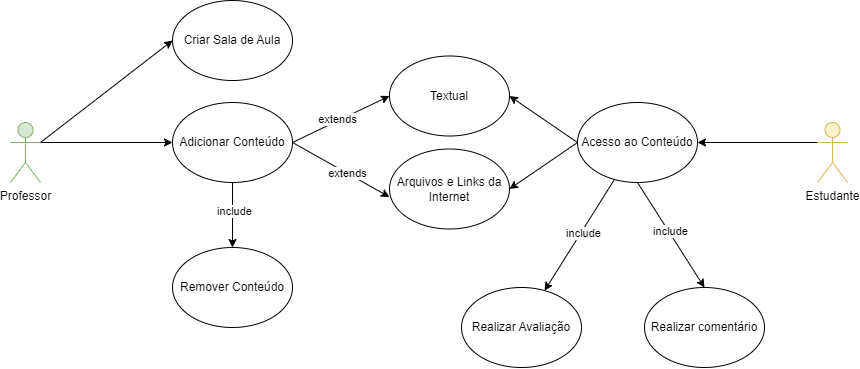
This is diagramas/casos-de-uso/user-case.drawio.png from Alicia-Miranda/MasterClass, a draw.io export, as it was before one commit. Source tidied: cells renumbered, new cells last; positions are measured from the earlier drawing's top-left corner, leaving out a move shared by most shapes.
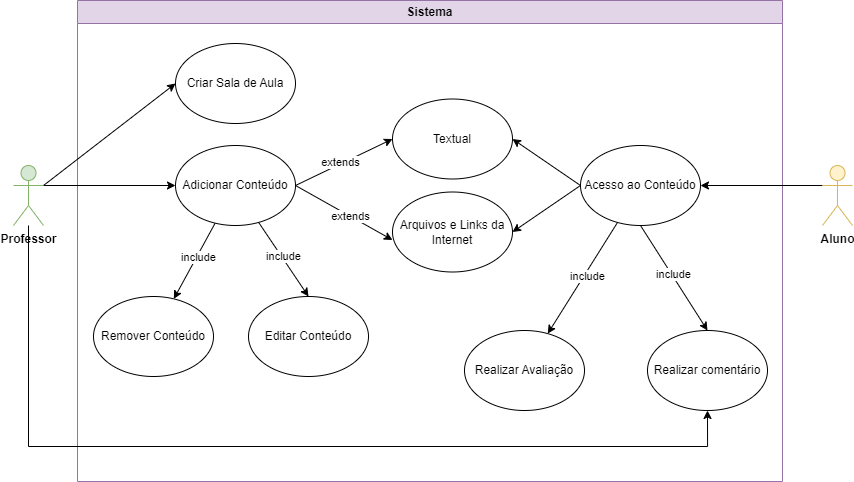
The same file after the commit.

Commit message:
atualização de diagramas

Diff of the diagram source:
```diff
@@ -2,13 +2,30 @@
   <root>
     <mxCell id="0" />
     <mxCell id="1" parent="0" />
+    <mxCell id="27" value="Sistema" style="swimlane;whiteSpace=wrap;html=1;fillColor=#e1d5e7;strokeColor=#9673a6;" parent="1" vertex="1">
+      <mxGeometry x="64" y="-43" width="705" height="481" as="geometry" />
+    </mxCell>
+    <mxCell id="11" value="Remover Conteúdo" style="ellipse;whiteSpace=wrap;html=1;" parent="27" vertex="1">
+      <mxGeometry x="16" y="296" width="120" height="80" as="geometry" />
+    </mxCell>
+    <mxCell id="28" value="Editar Conteúdo" style="ellipse;whiteSpace=wrap;html=1;" parent="27" vertex="1">
+      <mxGeometry x="171" y="296" width="120" height="80" as="geometry" />
+    </mxCell>
-    <mxCell id="2" style="rounded=0;jettySize=auto;html=1;exitX=1;exitY=0.3333333333333333;exitDx=0;exitDy=0;exitPerimeter=0;entryX=0;entryY=0.5;entryDx=0;entryDy=0;" parent="1" edge="1" source="4" target="5">
+    <mxCell id="2" style="rounded=0;jettySize=auto;html=1;entryX=0;entryY=0.5;entryDx=0;entryDy=0;exitX=1;exitY=0.3333333333333333;exitDx=0;exitDy=0;exitPerimeter=0;" parent="1" edge="1" source="4" target="5">
       <mxGeometry relative="1" as="geometry" />
     </mxCell>
     <mxCell id="3" style="rounded=0;jettySize=auto;html=1;entryX=0;entryY=0.5;entryDx=0;entryDy=0;exitX=1;exitY=0.3333333333333333;exitDx=0;exitDy=0;exitPerimeter=0;" parent="1" edge="1" source="4" target="10">
       <mxGeometry relative="1" as="geometry" />
     </mxCell>
+    <mxCell id="29" style="edgeStyle=orthogonalEdgeStyle;rounded=0;jettySize=auto;html=1;entryX=0.5;entryY=1;entryDx=0;entryDy=0;" parent="1" edge="1" source="4" target="25">
+      <mxGeometry relative="1" as="geometry">
+        <Array as="points">
+          <mxPoint x="15" y="403" />
+          <mxPoint x="694" y="403" />
+        </Array>
+      </mxGeometry>
+    </mxCell>
-    <mxCell id="4" value="Professor" style="shape=umlActor;verticalLabelPosition=bottom;verticalAlign=top;html=1;fillColor=#d5e8d4;strokeColor=#82b366;" parent="1" vertex="1">
+    <mxCell id="4" value="&lt;b&gt;Professor&lt;/b&gt;" style="shape=umlActor;verticalLabelPosition=bottom;verticalAlign=top;html=1;fillColor=#d5e8d4;strokeColor=#82b366;" parent="1" vertex="1">
       <mxGeometry y="122" width="30" height="60" as="geometry" />
     </mxCell>
     <mxCell id="5" value="Criar Sala de Aula" style="ellipse;whiteSpace=wrap;html=1;" parent="1" vertex="1">
@@ -17,21 +34,24 @@
     <mxCell id="6" style="rounded=0;jettySize=auto;html=1;exitX=1;exitY=0.5;exitDx=0;exitDy=0;entryX=0;entryY=0.5;entryDx=0;entryDy=0;" parent="1" edge="1" source="10" target="12">
       <mxGeometry relative="1" as="geometry" />
     </mxCell>
-    <mxCell id="7" value="extends" style="edgeLabel;html=1;align=center;verticalAlign=middle;" parent="6" vertex="1">
-      <mxGeometry x="-0.07" y="2" relative="1" as="geometry" />
-    </mxCell>
+    <mxCell id="30" value="extends" style="edgeLabel;html=1;align=center;verticalAlign=middle;" parent="6" vertex="1">
+      <mxGeometry x="-0.07" y="2" relative="1" as="geometry" />
+    </mxCell>
-    <mxCell id="8" style="edgeStyle=orthogonalEdgeStyle;rounded=0;jettySize=auto;html=1;" parent="1" edge="1" source="10" target="11">
+    <mxCell id="8" style="rounded=0;jettySize=auto;html=1;" parent="1" edge="1" source="10" target="11">
       <mxGeometry relative="1" as="geometry" />
     </mxCell>
-    <mxCell id="9" value="include" style="edgeLabel;html=1;align=center;verticalAlign=middle;" parent="8" vertex="1">
-      <mxGeometry x="-0.12" y="1" relative="1" as="geometry" />
-    </mxCell>
+    <mxCell id="31" value="include" style="edgeLabel;html=1;align=center;verticalAlign=middle;" parent="8" vertex="1">
+      <mxGeometry x="-0.12" y="1" relative="1" as="geometry" />
+    </mxCell>
+    <mxCell id="32" style="rounded=0;jettySize=auto;html=1;exitX=0.686;exitY=0.946;exitDx=0;exitDy=0;entryX=0.5;entryY=0;entryDx=0;entryDy=0;exitPerimeter=0;" parent="1" edge="1" source="10" target="28">
+      <mxGeometry relative="1" as="geometry" />
+    </mxCell>
+    <mxCell id="33" value="include" style="edgeLabel;html=1;align=center;verticalAlign=middle;" parent="32" vertex="1">
+      <mxGeometry x="-0.06" y="2" relative="1" as="geometry" />
+    </mxCell>
     <mxCell id="10" value="Adicionar Conteúdo" style="ellipse;whiteSpace=wrap;html=1;" parent="1" vertex="1">
       <mxGeometry x="162" y="102" width="120" height="80" as="geometry" />
     </mxCell>
-    <mxCell id="11" value="Remover Conteúdo" style="ellipse;whiteSpace=wrap;html=1;" parent="1" vertex="1">
-      <mxGeometry x="162" y="247" width="120" height="80" as="geometry" />
-    </mxCell>
     <mxCell id="12" value="Textual" style="ellipse;whiteSpace=wrap;html=1;" parent="1" vertex="1">
       <mxGeometry x="379" y="55.5" width="120" height="80" as="geometry" />
     </mxCell>
@@ -41,21 +61,21 @@
     <mxCell id="14" style="rounded=0;jettySize=auto;html=1;exitX=1;exitY=0.5;exitDx=0;exitDy=0;entryX=0;entryY=0.6;entryDx=0;entryDy=0;entryPerimeter=0;" parent="1" edge="1" source="10" target="13">
       <mxGeometry relative="1" as="geometry" />
     </mxCell>
-    <mxCell id="15" value="extends" style="edgeLabel;html=1;align=center;verticalAlign=middle;" parent="14" vertex="1">
-      <mxGeometry x="0.13" relative="1" as="geometry" />
-    </mxCell>
-    <mxCell id="16" style="edgeStyle=orthogonalEdgeStyle;rounded=0;jettySize=auto;html=1;exitX=0;exitY=0.3333333333333333;exitDx=0;exitDy=0;exitPerimeter=0;entryX=1;entryY=0.5;entryDx=0;entryDy=0;" parent="1" edge="1" source="17" target="24">
-      <mxGeometry relative="1" as="geometry" />
-    </mxCell>
-    <mxCell id="17" value="Estudante" style="shape=umlActor;verticalLabelPosition=bottom;verticalAlign=top;html=1;fillColor=#fff2cc;strokeColor=#d6b656;" parent="1" vertex="1">
-      <mxGeometry x="807" y="122" width="30" height="60" as="geometry" />
-    </mxCell>
+    <mxCell id="34" value="extends" style="edgeLabel;html=1;align=center;verticalAlign=middle;" parent="14" vertex="1">
+      <mxGeometry x="0.13" relative="1" as="geometry" />
+    </mxCell>
+    <mxCell id="35" style="edgeStyle=orthogonalEdgeStyle;rounded=0;jettySize=auto;html=1;exitX=0;exitY=0.3333333333333333;exitDx=0;exitDy=0;exitPerimeter=0;entryX=1;entryY=0.5;entryDx=0;entryDy=0;" parent="1" edge="1" source="36" target="24">
+      <mxGeometry relative="1" as="geometry" />
+    </mxCell>
+    <mxCell id="36" value="&lt;b&gt;Aluno&lt;/b&gt;" style="shape=umlActor;verticalLabelPosition=bottom;verticalAlign=top;html=1;fillColor=#fff2cc;strokeColor=#d6b656;" parent="1" vertex="1">
+      <mxGeometry x="809" y="122" width="30" height="60" as="geometry" />
+    </mxCell>
     <mxCell id="18" style="rounded=0;jettySize=auto;html=1;" parent="1" edge="1" source="24" target="26">
       <mxGeometry relative="1" as="geometry" />
     </mxCell>
-    <mxCell id="19" value="include" style="edgeLabel;html=1;align=center;verticalAlign=middle;" parent="18" vertex="1">
-      <mxGeometry x="-0.06" y="2" relative="1" as="geometry" />
-    </mxCell>
+    <mxCell id="37" value="include" style="edgeLabel;html=1;align=center;verticalAlign=middle;" parent="18" vertex="1">
+      <mxGeometry x="-0.06" y="2" relative="1" as="geometry" />
+    </mxCell>
     <mxCell id="20" style="rounded=0;jettySize=auto;html=1;exitX=0;exitY=0.5;exitDx=0;exitDy=0;entryX=1;entryY=0.5;entryDx=0;entryDy=0;" parent="1" edge="1" source="24" target="12">
       <mxGeometry relative="1" as="geometry" />
     </mxCell>
@@ -65,11 +85,11 @@
     <mxCell id="22" style="rounded=0;jettySize=auto;html=1;exitX=0.5;exitY=1;exitDx=0;exitDy=0;entryX=0.5;entryY=0;entryDx=0;entryDy=0;" parent="1" edge="1" source="24" target="25">
       <mxGeometry relative="1" as="geometry" />
     </mxCell>
-    <mxCell id="23" value="include" style="edgeLabel;html=1;align=center;verticalAlign=middle;" parent="22" vertex="1">
-      <mxGeometry x="-0.06" y="1" relative="1" as="geometry">
-        <mxPoint y="-1" as="offset" />
-      </mxGeometry>
-    </mxCell>
+    <mxCell id="38" value="include" style="edgeLabel;html=1;align=center;verticalAlign=middle;" parent="22" vertex="1">
+      <mxGeometry x="-0.06" y="1" relative="1" as="geometry">
+        <mxPoint y="-1" as="offset" />
+      </mxGeometry>
+    </mxCell>
     <mxCell id="24" value="Acesso ao Conteúdo" style="ellipse;whiteSpace=wrap;html=1;" parent="1" vertex="1">
       <mxGeometry x="567" y="102" width="120" height="80" as="geometry" />
     </mxCell>
```
